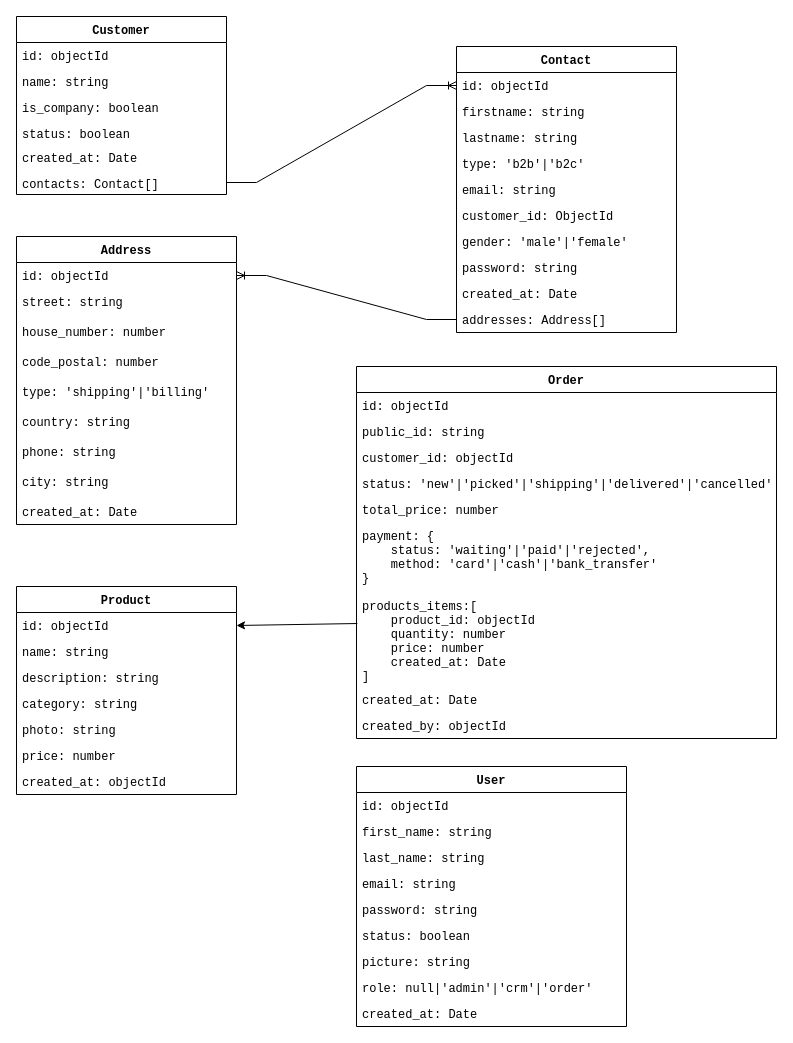
The draw.io diagram mini-crm.drawio in ylahssini/dx-blog, before the edit. Source tidied: cells renumbered, new cells numbered last; positions are measured from the earlier drawing's top-left corner, leaving out a move shared by most shapes. Both pictures are drawn from the tidied source at 100%, with x=0, y=0 at pixel (16, 16).
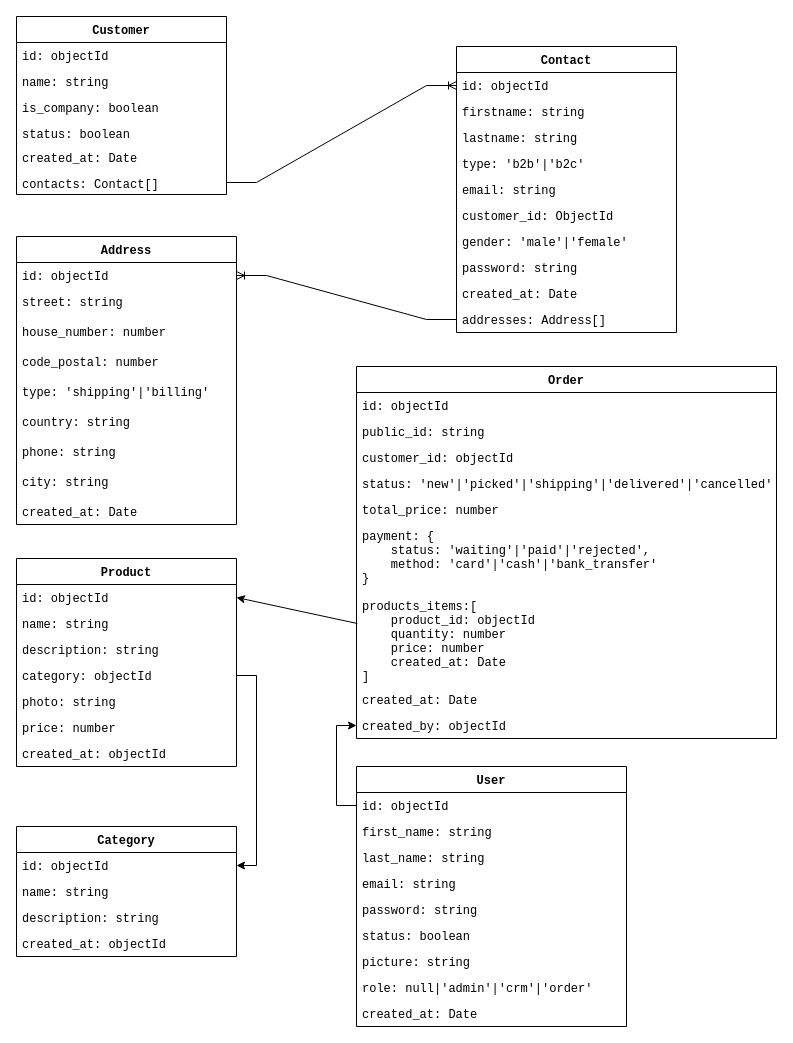
The same diagram, later.

Unchanged cells that the change refers to:
```xml
<mxCell id="49" value="created_by: objectId" style="text;strokeColor=none;fillColor=none;align=left;verticalAlign=top;spacingLeft=4;spacingRight=4;overflow=hidden;points=[[0,0.5],[1,0.5]];portConstraint=eastwest;fontFamily=Courier New;" parent="40" vertex="1">
  <mxGeometry y="346" width="420" height="26" as="geometry" />
</mxCell>
<mxCell id="51" value="id: objectId" style="text;strokeColor=none;fillColor=none;align=left;verticalAlign=top;spacingLeft=4;spacingRight=4;overflow=hidden;points=[[0,0.5],[1,0.5]];portConstraint=eastwest;fontFamily=Courier New;" parent="50" vertex="1">
  <mxGeometry y="26" width="270" height="26" as="geometry" />
</mxCell>
```

What changed in the source:
```diff
@@
     <mxCell id="32" value="Product" style="swimlane;fontStyle=1;horizontal=1;startSize=26;fillColor=none;fontFamily=Courier New;" parent="1" vertex="1">
-      <mxGeometry y="570" width="220" height="208" as="geometry" />
+      <mxGeometry y="542" width="220" height="208" as="geometry" />
     </mxCell>
@@
-    <mxCell id="36" value="category: string" style="text;strokeColor=none;fillColor=none;align=left;verticalAlign=top;spacingLeft=4;spacingRight=4;overflow=hidden;points=[[0,0.5],[1,0.5]];portConstraint=eastwest;fontFamily=Courier New;" parent="32" vertex="1">
+    <mxCell id="36" value="category: objectId" style="text;strokeColor=none;fillColor=none;align=left;verticalAlign=top;spacingLeft=4;spacingRight=4;overflow=hidden;points=[[0,0.5],[1,0.5]];portConstraint=eastwest;fontFamily=Courier New;" parent="32" vertex="1">
       <mxGeometry y="104" width="220" height="26" as="geometry" />
     </mxCell>
@@
+    <mxCell id="61" value="Category" style="swimlane;fontStyle=1;horizontal=1;startSize=26;fillColor=none;fontFamily=Courier New;" parent="1" vertex="1">
+      <mxGeometry y="810" width="220" height="130" as="geometry" />
+    </mxCell>
+    <mxCell id="62" value="id: objectId" style="text;strokeColor=none;fillColor=none;align=left;verticalAlign=top;spacingLeft=4;spacingRight=4;overflow=hidden;points=[[0,0.5],[1,0.5]];portConstraint=eastwest;fontFamily=Courier New;" parent="61" vertex="1">
+      <mxGeometry y="26" width="220" height="26" as="geometry" />
+    </mxCell>
+    <mxCell id="63" value="name: string" style="text;strokeColor=none;fillColor=none;align=left;verticalAlign=top;spacingLeft=4;spacingRight=4;overflow=hidden;fontFamily=Courier New;" parent="61" vertex="1">
+      <mxGeometry y="52" width="220" height="26" as="geometry" />
+    </mxCell>
+    <mxCell id="64" value="description: string" style="text;strokeColor=none;fillColor=none;align=left;verticalAlign=top;spacingLeft=4;spacingRight=4;overflow=hidden;fontFamily=Courier New;" parent="61" vertex="1">
+      <mxGeometry y="78" width="220" height="26" as="geometry" />
+    </mxCell>
+    <mxCell id="65" value="created_at: objectId" style="text;strokeColor=none;fillColor=none;align=left;verticalAlign=top;spacingLeft=4;spacingRight=4;overflow=hidden;fontFamily=Courier New;" parent="61" vertex="1">
+      <mxGeometry y="104" width="220" height="26" as="geometry" />
+    </mxCell>
+    <mxCell id="66" style="edgeStyle=orthogonalEdgeStyle;rounded=0;jettySize=auto;html=1;exitX=1;exitY=0.5;exitDx=0;exitDy=0;entryX=1;entryY=0.5;entryDx=0;entryDy=0;" parent="1" edge="1" source="36" target="62">
+      <mxGeometry relative="1" as="geometry" />
+    </mxCell>
+    <mxCell id="67" style="edgeStyle=orthogonalEdgeStyle;rounded=0;jettySize=auto;html=1;exitX=0;exitY=0.5;exitDx=0;exitDy=0;entryX=0;entryY=0.5;entryDx=0;entryDy=0;" parent="1" edge="1" source="51" target="49">
+      <mxGeometry relative="1" as="geometry" />
+    </mxCell>
```
